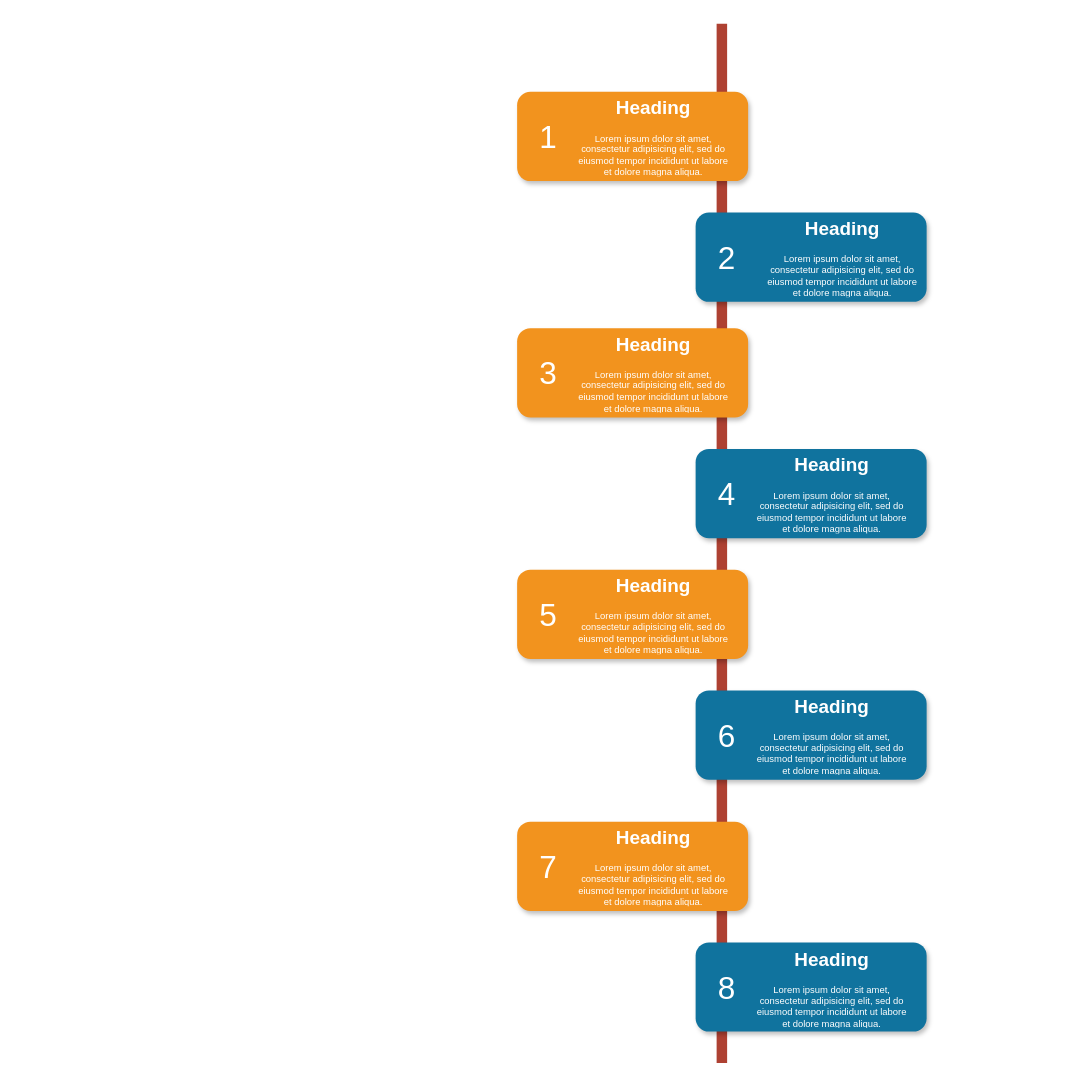
The draw.io diagram doc/未命名绘图.drawio in jackyliu/design, before the edit. Source tidied: cells renumbered, new cells numbered last; positions are measured from the earlier drawing's top-left corner, leaving out a move shared by most shapes. Both pictures are drawn from the tidied source at 105%, with x=0, y=0 at pixel (517, 23).
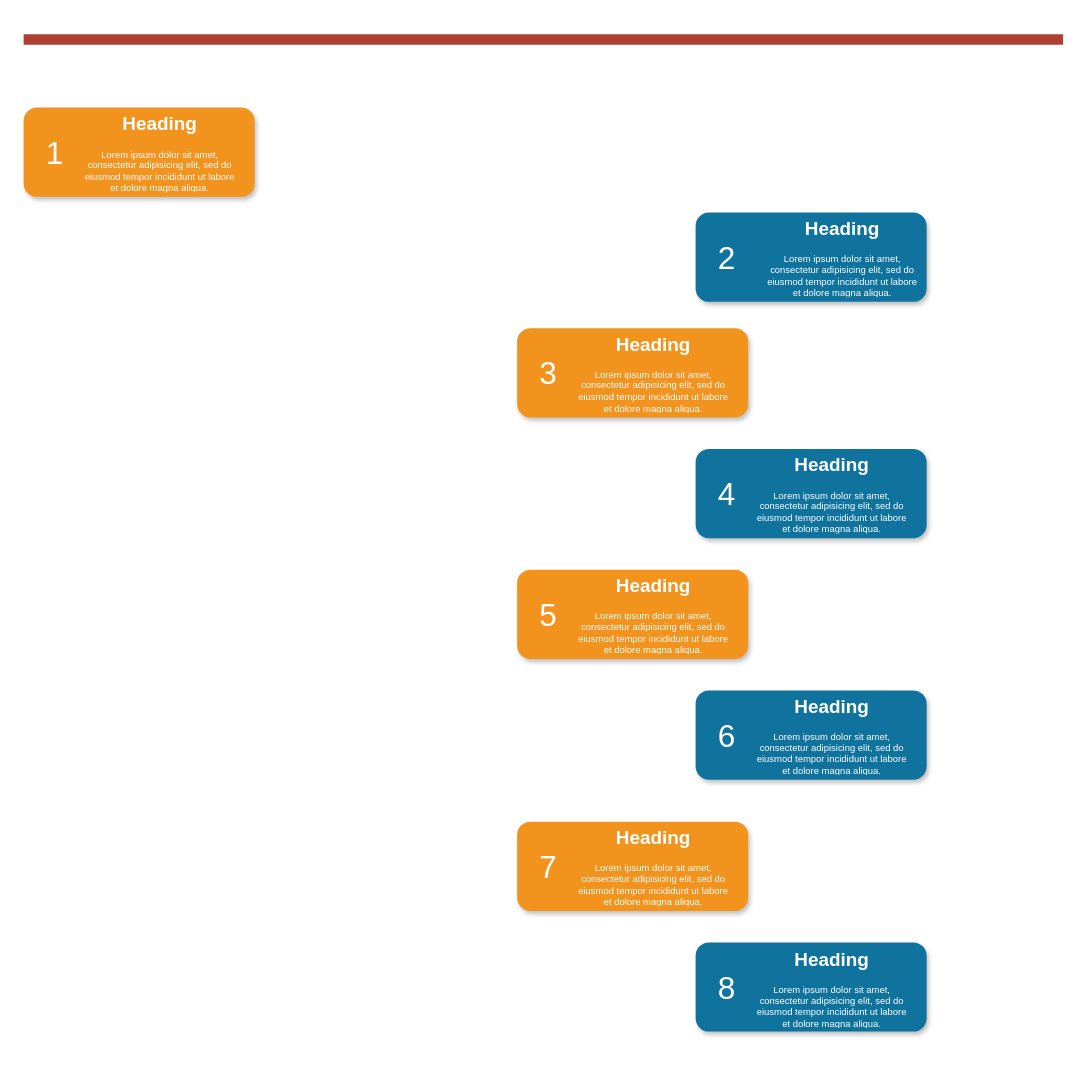
Above is the later version.

Change to the diagram source:
```diff
@@
-    <mxCell id="2" style="line;strokeWidth=10;direction=south;html=1;fillColor=none;fontSize=13;fontColor=#000000;align=center;strokeColor=#AE4132;" parent="1" vertex="1">
-      <mxGeometry x="190" width="10" height="990" as="geometry" />
+    <mxCell id="2" style="line;strokeWidth=10;direction=south;html=1;fillColor=none;fontSize=13;fontColor=#000000;align=center;strokeColor=#AE4132;rotation=90;" parent="1" vertex="1">
+      <mxGeometry x="20" y="-480" width="10" height="990" as="geometry" />
     </mxCell>
     <mxCell id="3" style="rounded=1;whiteSpace=wrap;html=1;strokeColor=none;strokeWidth=1;fillColor=#F2931E;fontSize=13;fontColor=#FFFFFF;align=center;gradientColor=none;gradientDirection=east;verticalAlign=top;shadow=1;" parent="1" vertex="1">
-      <mxGeometry y="65" width="220" height="85" as="geometry" />
+      <mxGeometry x="-470" y="80" width="220" height="85" as="geometry" />
     </mxCell>
     <mxCell id="4" value="1" style="text;html=1;strokeColor=none;fillColor=none;align=center;verticalAlign=middle;whiteSpace=wrap;fontSize=30;fontColor=#FFFFFF;" parent="1" vertex="1">
-      <mxGeometry x="10" y="98" width="40" height="20" as="geometry" />
+      <mxGeometry x="-460" y="113" width="40" height="20" as="geometry" />
     </mxCell>
@@
     <mxCell id="19" value="&lt;h1&gt;Heading&lt;/h1&gt;&lt;p&gt;Lorem ipsum dolor sit amet, consectetur adipisicing elit, sed do eiusmod tempor incididunt ut labore et dolore magna aliqua.&lt;/p&gt;" style="text;html=1;spacing=5;spacingTop=-20;whiteSpace=wrap;overflow=hidden;strokeColor=none;strokeWidth=4;fillColor=none;gradientColor=#007FFF;fontSize=9;fontColor=#FFFFFF;align=center;" parent="1" vertex="1">
-      <mxGeometry x="50" y="69" width="160" height="77" as="geometry" />
+      <mxGeometry x="-420" y="84" width="160" height="77" as="geometry" />
     </mxCell>
```
